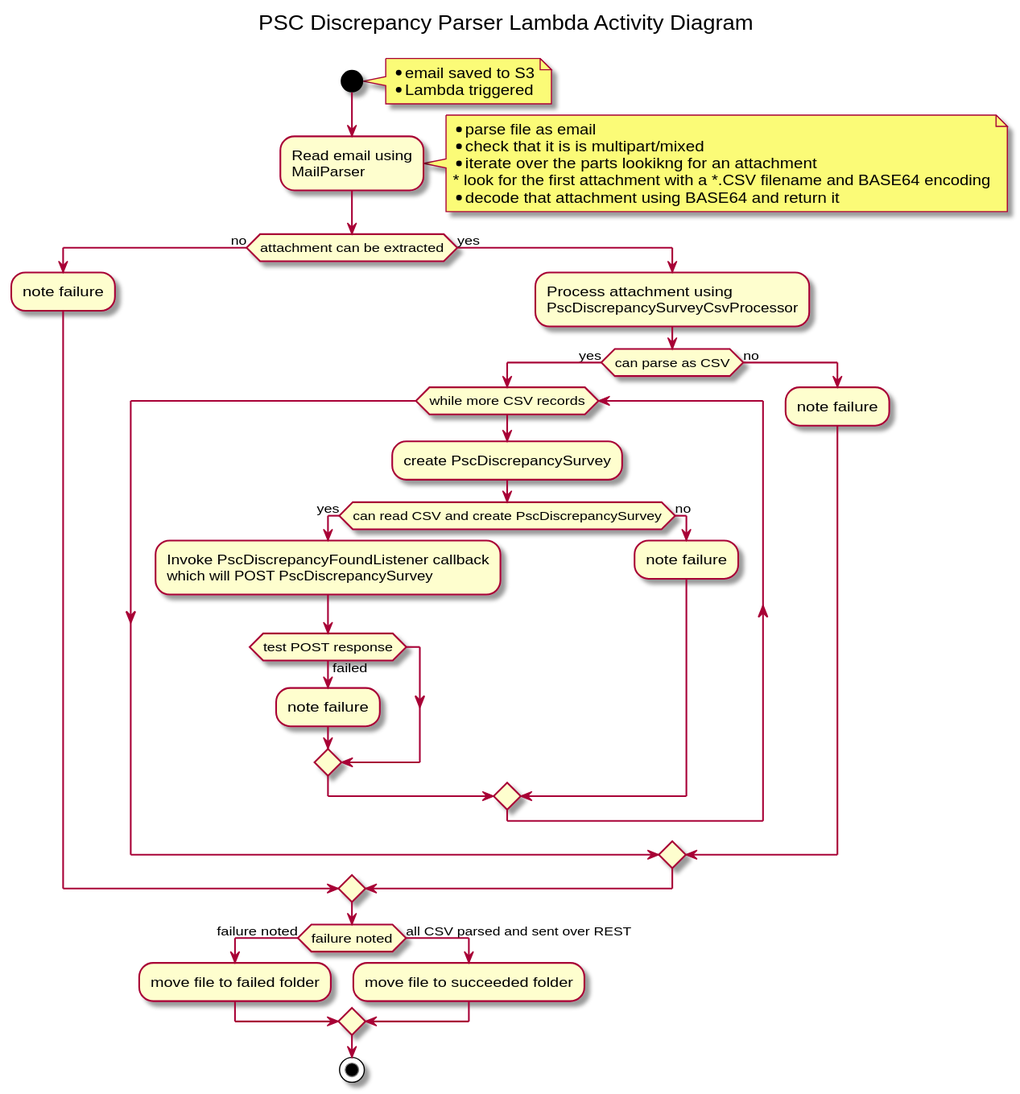
Earlier version of the PlantUML export design/LambdaActivity.svg (companieshouse/psc-discrepancy-parser).
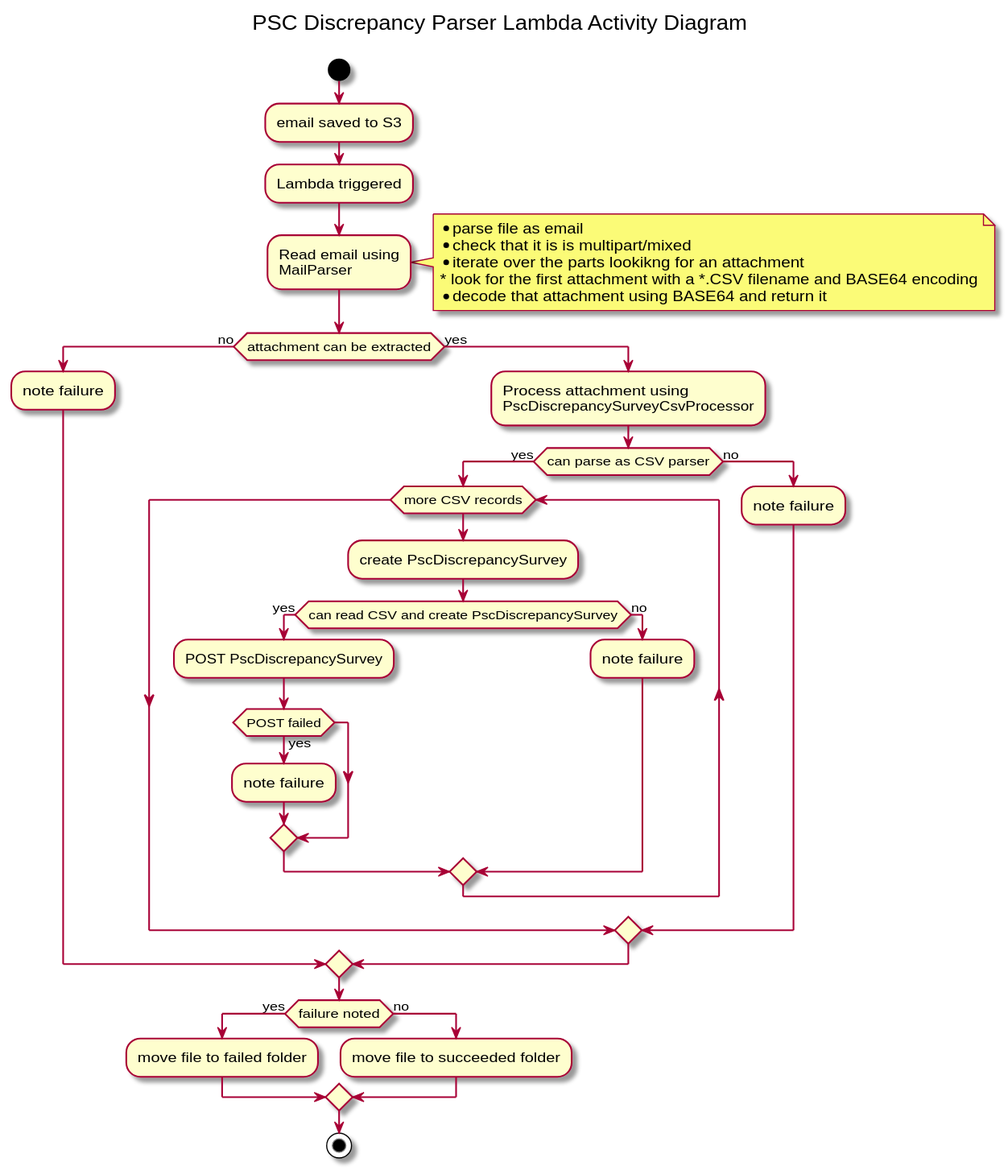
Above is the later version.

Commit message:
Update diagram, add dependencies

Change to the diagram source:
```diff
@@ -2,10 +2,11 @@
 title PSC Discrepancy Parser Lambda Activity Diagram \n
 
 start
-note right
-    * email saved to S3
-    * Lambda triggered
-endnote
+
+:email saved to S3;
+
+:Lambda triggered;
+
 :Read email using\nMailParser;
 note right
     * parse file as email
@@ -19,12 +20,12 @@
   :note failure;
 else (yes)
   :Process attachment using\nPscDiscrepancySurveyCsvProcessor;
-  if (can parse as CSV) then (yes)
-    while (while more CSV records)
+  if (can parse as CSV parser) then (yes)
+    while (more CSV records)
         :create PscDiscrepancySurvey;
         if (can read CSV and create PscDiscrepancySurvey) then (yes)
-            :Invoke PscDiscrepancyFoundListener callback\nwhich will POST PscDiscrepancySurvey;
-            if (test POST response) then (failed)
+            :POST PscDiscrepancySurvey;
+            if (POST failed) then (yes)
                 :note failure;
             endif
         else (no)
@@ -35,9 +36,9 @@
 	:note failure;
   endif
 endif
-if (failure noted) then (failure noted)
+if (failure noted) then (yes)
     :move file to failed folder;
-else (all CSV parsed and sent over REST)
+else (no)
     :move file to succeeded folder;
 endif
 
```
